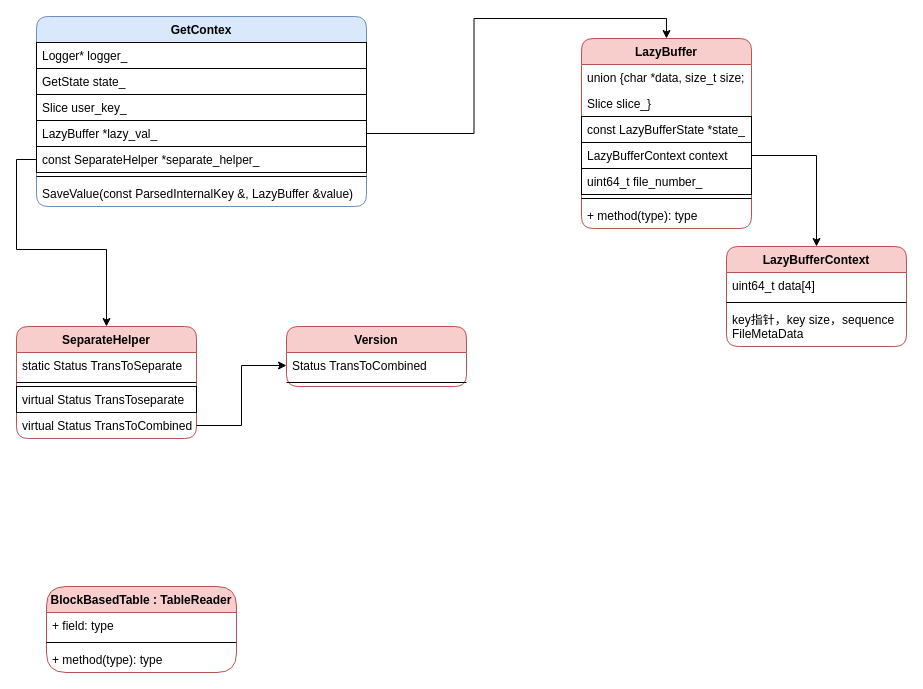
Dicridon/drawio keeps this draw.io diagram as terarkDBReadPathClasses.drawio. Above is the earlier version. Source tidied: cells renumbered, new cells numbered last; positions are measured from the earlier drawing's top-left corner, leaving out a move shared by most shapes. Both pictures are drawn from the tidied source at 100%, with x=0, y=0 at pixel (16, 16).
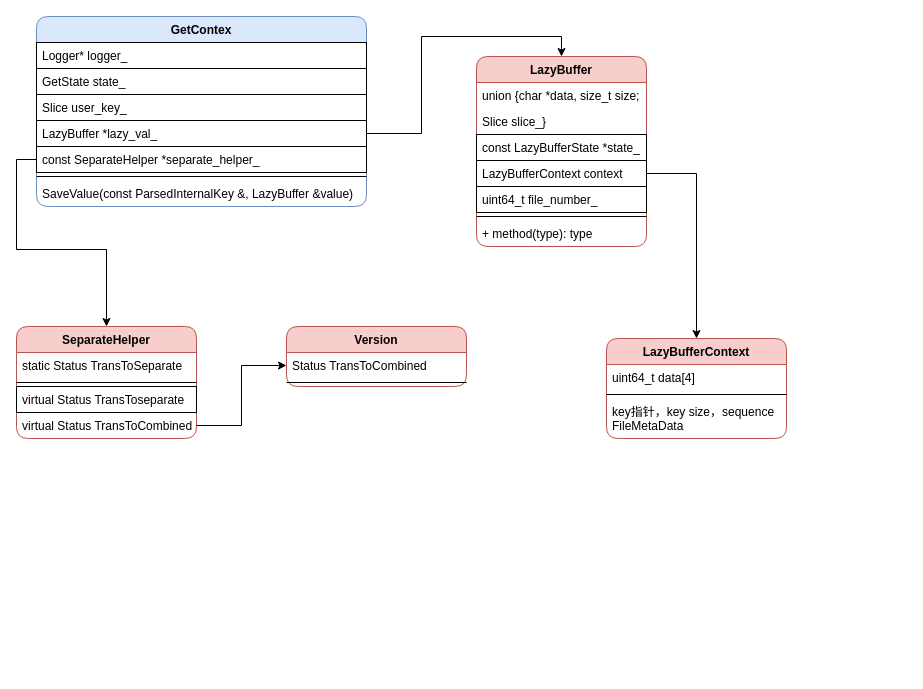
After the change.

Change to the diagram source:
```diff
@@
     <mxCell id="10" value="LazyBuffer" style="swimlane;fontStyle=1;align=center;verticalAlign=top;horizontal=1;startSize=26;rounded=1;strokeColor=#b85450;fillColor=#f8cecc;" parent="1" vertex="1">
-      <mxGeometry x="565" y="22" width="170" height="190" as="geometry" />
+      <mxGeometry x="460" y="40" width="170" height="190" as="geometry" />
     </mxCell>
@@
-    <mxCell id="19" value="BlockBasedTable : TableReader" style="swimlane;fontStyle=1;align=center;verticalAlign=top;horizontal=1;startSize=26;rounded=1;strokeColor=#b85450;fillColor=#f8cecc;arcSize=25;" parent="1" vertex="1">
-      <mxGeometry x="30" y="570" width="190" height="86" as="geometry" />
-    </mxCell>
-    <mxCell id="20" value="+ field: type" style="text;strokeColor=none;fillColor=none;align=left;verticalAlign=top;spacingLeft=4;spacingRight=4;overflow=hidden;rounded=0;" parent="19" vertex="1">
-      <mxGeometry y="26" width="190" height="26" as="geometry" />
-    </mxCell>
-    <mxCell id="21" style="line;strokeWidth=1;fillColor=none;align=left;verticalAlign=middle;spacingTop=-1;spacingLeft=3;spacingRight=3;labelPosition=right;rounded=0;" parent="19" vertex="1">
-      <mxGeometry y="52" width="190" height="8" as="geometry" />
-    </mxCell>
-    <mxCell id="22" value="+ method(type): type" style="text;strokeColor=none;fillColor=none;align=left;verticalAlign=top;spacingLeft=4;spacingRight=4;overflow=hidden;rounded=0;" parent="19" vertex="1">
-      <mxGeometry y="60" width="190" height="26" as="geometry" />
-    </mxCell>
     <mxCell id="23" value="LazyBufferContext" style="swimlane;fontStyle=1;align=center;verticalAlign=top;horizontal=1;startSize=26;rounded=1;strokeColor=#b85450;fillColor=#f8cecc;" parent="1" vertex="1">
-      <mxGeometry x="710" y="230" width="180" height="100" as="geometry" />
+      <mxGeometry x="590" y="322" width="180" height="100" as="geometry" />
     </mxCell>
```
